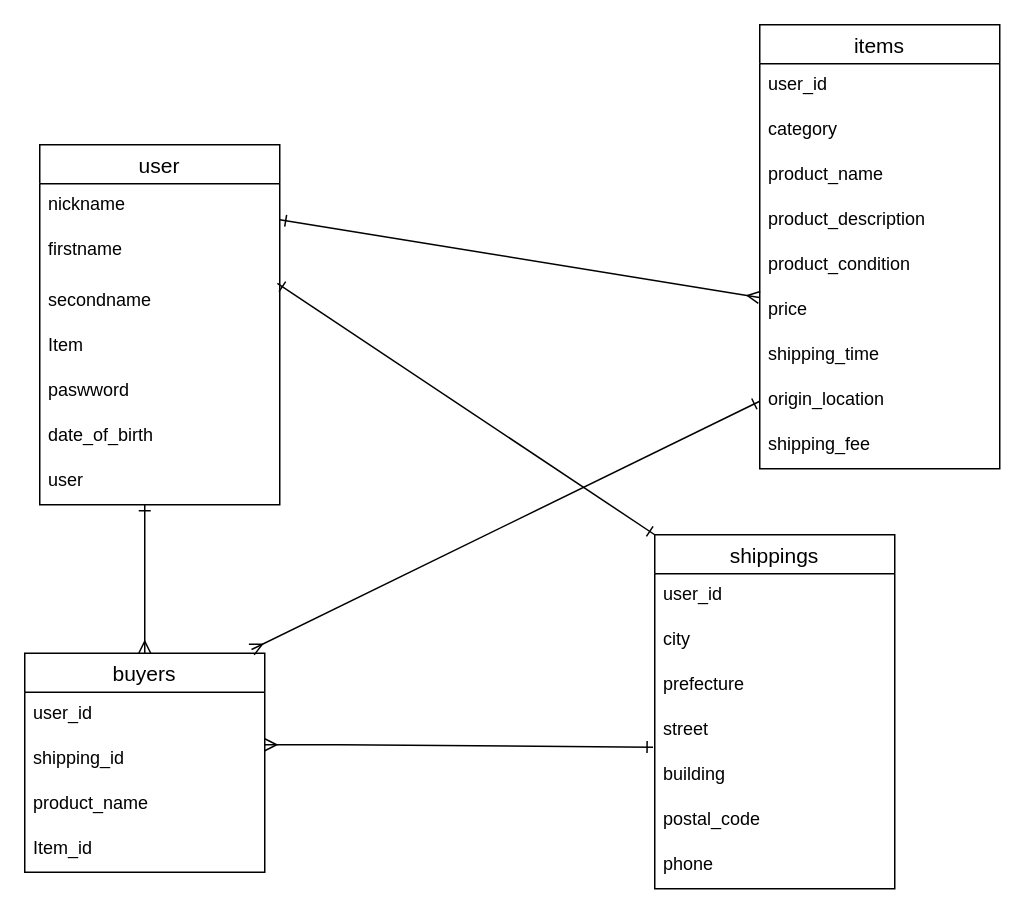
Above: app/views/furima.dio in okmon12/furima-39733 (draw.io), before the change. Source tidied: cells renumbered, new cells numbered last; positions are measured from the earlier drawing's top-left corner, leaving out a move shared by most shapes. Both pictures are drawn from the tidied source at 150%, with x=0, y=0 at pixel (24, 24).
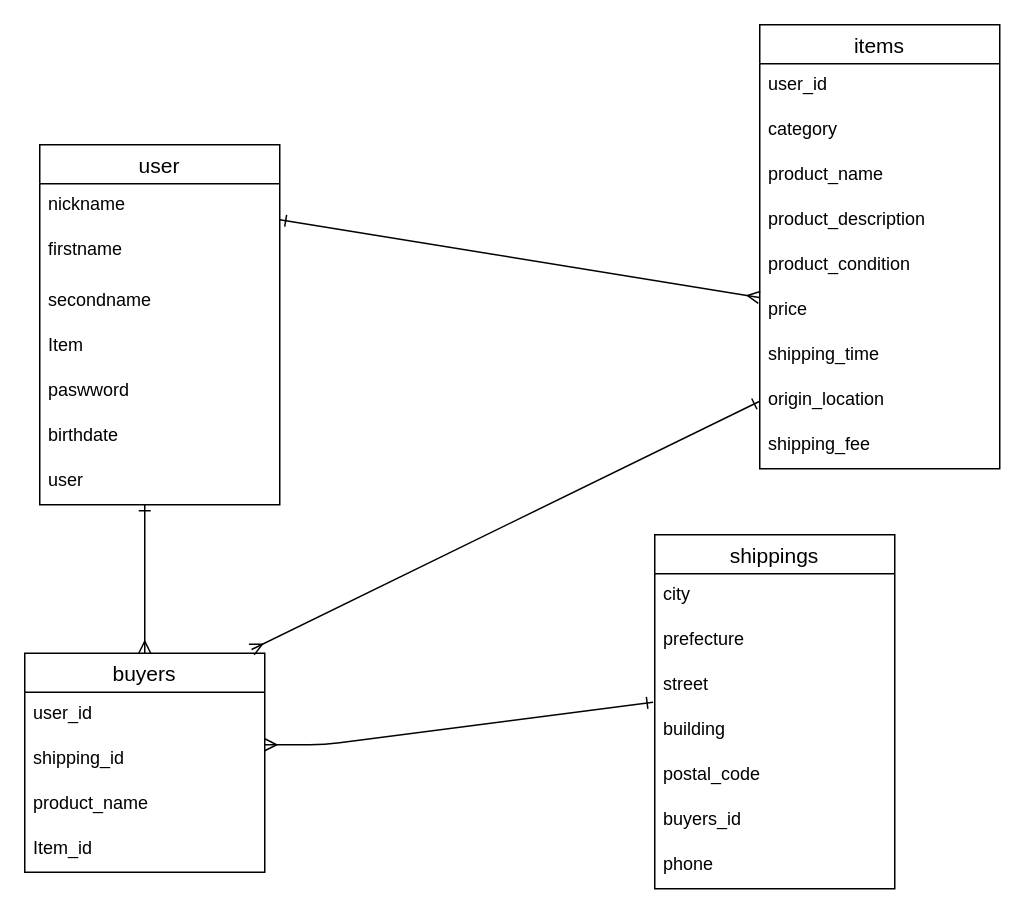
Above is the later version.

The change refers to these unchanged cells:
```xml
<mxCell id="3" value="shippings" style="swimlane;fontStyle=0;horizontal=1;startSize=26;align=center;fontSize=14;" parent="1" vertex="1">
  <mxGeometry x="420" y="340" width="160" height="236" as="geometry" />
</mxCell>
<mxCell id="11" value="user" style="swimlane;fontStyle=0;horizontal=1;startSize=26;align=center;fontSize=14;" parent="1" vertex="1">
  <mxGeometry x="10" y="80" width="160" height="240" as="geometry" />
</mxCell>
<mxCell id="13" value="firstname" style="text;strokeColor=none;fillColor=none;spacingLeft=4;spacingRight=4;overflow=hidden;points=[[0,0.5],[1,0.5]];portConstraint=eastwest;fontSize=12;" parent="11" vertex="1">
  <mxGeometry y="56" width="160" height="34" as="geometry" />
</mxCell>
```

Change to the diagram source:
```diff
@@
-    <mxCell id="2" style="edgeStyle=none;html=1;exitX=0;exitY=0;exitDx=0;exitDy=0;entryX=0.99;entryY=1.071;entryDx=0;entryDy=0;entryPerimeter=0;startArrow=ERone;startFill=0;endArrow=ERone;endFill=0;" parent="1" edge="1" source="3" target="13">
-      <mxGeometry relative="1" as="geometry" />
-    </mxCell>
@@
-    <mxCell id="4" value="user_id" style="text;strokeColor=none;fillColor=none;spacingLeft=4;spacingRight=4;overflow=hidden;fontSize=12;" parent="3" vertex="1">
-      <mxGeometry y="26" width="160" height="30" as="geometry" />
-    </mxCell>
     <mxCell id="5" value="city" style="text;strokeColor=none;fillColor=none;spacingLeft=4;spacingRight=4;overflow=hidden;fontSize=12;" parent="3" vertex="1">
-      <mxGeometry y="56" width="160" height="30" as="geometry" />
+      <mxGeometry y="26" width="160" height="30" as="geometry" />
     </mxCell>
     <mxCell id="6" value="prefecture" style="text;strokeColor=none;fillColor=none;spacingLeft=4;spacingRight=4;overflow=hidden;fontSize=12;" parent="3" vertex="1">
-      <mxGeometry y="86" width="160" height="30" as="geometry" />
+      <mxGeometry y="56" width="160" height="30" as="geometry" />
     </mxCell>
     <mxCell id="7" value="street" style="text;strokeColor=none;fillColor=none;spacingLeft=4;spacingRight=4;overflow=hidden;points=[[0,0.5],[1,0.5]];portConstraint=eastwest;fontSize=12;" parent="3" vertex="1">
-      <mxGeometry y="116" width="160" height="30" as="geometry" />
+      <mxGeometry y="86" width="160" height="30" as="geometry" />
     </mxCell>
     <mxCell id="8" value="building" style="text;strokeColor=none;fillColor=none;spacingLeft=4;spacingRight=4;overflow=hidden;fontSize=12;" parent="3" vertex="1">
-      <mxGeometry y="146" width="160" height="30" as="geometry" />
+      <mxGeometry y="116" width="160" height="30" as="geometry" />
     </mxCell>
     <mxCell id="9" value="postal_code" style="text;strokeColor=none;fillColor=none;spacingLeft=4;spacingRight=4;overflow=hidden;fontSize=12;" parent="3" vertex="1">
-      <mxGeometry y="176" width="160" height="30" as="geometry" />
+      <mxGeometry y="146" width="160" height="30" as="geometry" />
     </mxCell>
+    <mxCell id="38" value="buyers_id" style="text;strokeColor=none;fillColor=none;spacingLeft=4;spacingRight=4;overflow=hidden;fontSize=12;" parent="3" vertex="1">
+      <mxGeometry y="176" width="160" height="30" as="geometry" />
+    </mxCell>
@@
-    <mxCell id="17" value="date_of_birth" style="text;strokeColor=none;fillColor=none;spacingLeft=4;spacingRight=4;overflow=hidden;fontSize=12;" parent="11" vertex="1">
+    <mxCell id="17" value="birthdate" style="text;strokeColor=none;fillColor=none;spacingLeft=4;spacingRight=4;overflow=hidden;fontSize=12;" parent="11" vertex="1">
       <mxGeometry y="180" width="160" height="30" as="geometry" />
     </mxCell>
```
